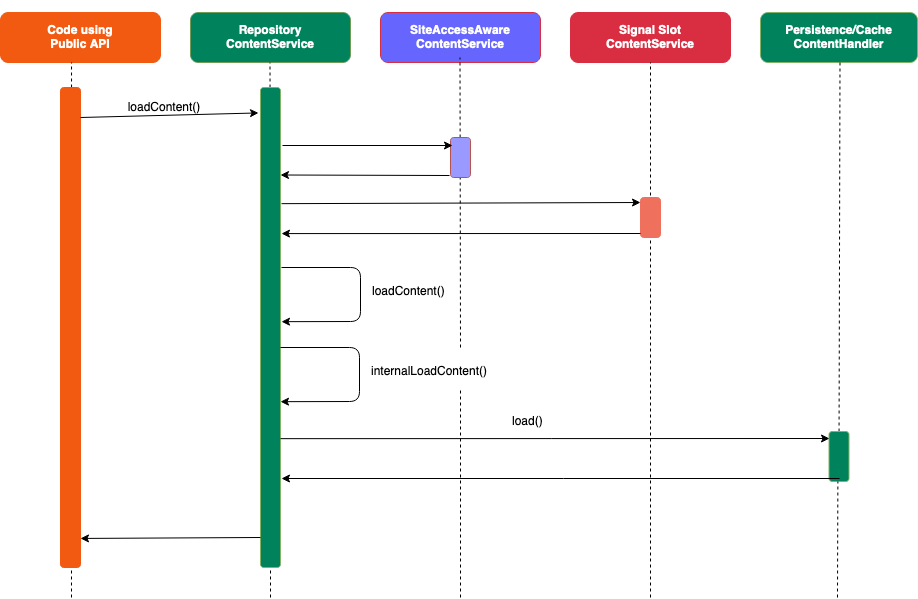
This is docs/api/img/load_content_sequence.png from ibexa/documentation-developer, a draw.io export, as it was before one commit. Source tidied: cells renumbered, new cells last; positions are measured from the earlier drawing's top-left corner, leaving out a move shared by most shapes.
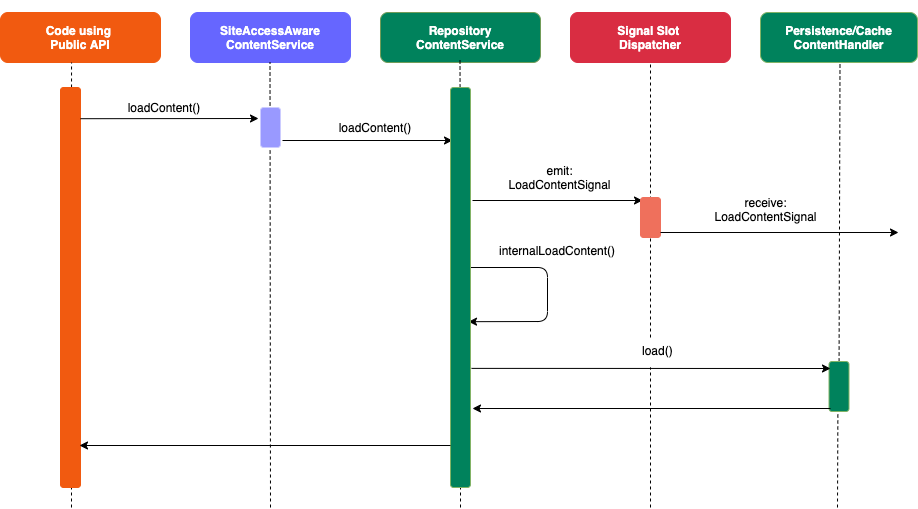
The same file after the commit.

What changed in the source:
```diff
@@ -2,168 +2,154 @@
   <root>
     <mxCell id="0" />
     <mxCell id="1" parent="0" />
-    <mxCell id="2" style="edgeStyle=orthogonalEdgeStyle;rounded=0;html=1;exitX=0.25;exitY=0;jettySize=auto;orthogonalLoop=1;" parent="1" edge="1">
-      <mxGeometry relative="1" as="geometry">
-        <mxPoint x="290" as="sourcePoint" />
-        <mxPoint x="290" as="targetPoint" />
-      </mxGeometry>
-    </mxCell>
+    <mxCell id="37" style="edgeStyle=orthogonalEdgeStyle;rounded=0;html=1;exitX=0.25;exitY=0;jettySize=auto;orthogonalLoop=1;" parent="1" edge="1">
+      <mxGeometry relative="1" as="geometry">
+        <mxPoint x="320" y="15" as="sourcePoint" />
+        <mxPoint x="320" y="15" as="targetPoint" />
+      </mxGeometry>
+    </mxCell>
     <mxCell id="3" value="Code using &lt;br&gt;Public API" style="rounded=1;whiteSpace=wrap;html=1;fillColor=#f15a10;strokeColor=#f15a10;fontStyle=1;fontColor=#FFFFFF;" parent="1" vertex="1">
-      <mxGeometry y="5" width="160" height="50" as="geometry" />
+      <mxGeometry x="30" y="20" width="160" height="50" as="geometry" />
     </mxCell>
     <mxCell id="4" value="Repository&lt;br&gt;ContentService" style="rounded=1;whiteSpace=wrap;html=1;fillColor=#00825c;strokeColor=#719C59;fontStyle=1;fontColor=#FFFFFF;" parent="1" vertex="1">
-      <mxGeometry x="190" y="5" width="160" height="50" as="geometry" />
+      <mxGeometry x="410" y="20" width="160" height="50" as="geometry" />
     </mxCell>
     <mxCell id="5" value="Persistence/Cache&lt;br&gt;ContentHandler" style="rounded=1;whiteSpace=wrap;html=1;fillColor=#00825c;strokeColor=#82b366;fontStyle=1;fontColor=#FFFFFF;" parent="1" vertex="1">
-      <mxGeometry x="760" y="5" width="157" height="50" as="geometry" />
+      <mxGeometry x="790" y="20" width="157" height="50" as="geometry" />
     </mxCell>
     <mxCell id="6" style="edgeStyle=orthogonalEdgeStyle;rounded=0;html=1;exitX=1;exitY=0.5;entryX=1;entryY=0.5;jettySize=auto;orthogonalLoop=1;" parent="1" edge="1" source="3" target="3">
       <mxGeometry relative="1" as="geometry" />
     </mxCell>
-    <mxCell id="7" value="SiteAccessAware ContentService" style="rounded=1;whiteSpace=wrap;html=1;strokeColor=#d92d42;fontColor=#FFFFFF;fontStyle=1;fillColor=#6666FF;" parent="1" vertex="1">
-      <mxGeometry x="380" y="5" width="160" height="50" as="geometry" />
+    <mxCell id="7" value="SiteAccessAware ContentService" style="rounded=1;whiteSpace=wrap;html=1;fontColor=#FFFFFF;fontStyle=1;fillColor=#6666FF;strokeColor=#6666FF;" parent="1" vertex="1">
+      <mxGeometry x="220" y="20" width="160" height="50" as="geometry" />
     </mxCell>
-    <mxCell id="8" style="endArrow=none;dashed=1;html=1;entryX=0.444;entryY=1;entryPerimeter=0;" parent="1" edge="1" target="3">
-      <mxGeometry relative="1" as="geometry">
-        <mxPoint x="71" y="590" as="sourcePoint" />
-      </mxGeometry>
-    </mxCell>
-    <mxCell id="9" style="endArrow=none;dashed=1;html=1;entryX=0.444;entryY=1;entryPerimeter=0;" parent="1" edge="1" source="13">
-      <mxGeometry relative="1" as="geometry">
-        <mxPoint x="269.5" y="55" as="targetPoint" />
-      </mxGeometry>
-    </mxCell>
-    <mxCell id="10" style="endArrow=none;dashed=1;html=1;entryX=0.444;entryY=1;entryPerimeter=0;" parent="1" edge="1">
-      <mxGeometry relative="1" as="geometry">
-        <mxPoint x="460" y="340" as="sourcePoint" />
-        <mxPoint x="459.5" y="50" as="targetPoint" />
-      </mxGeometry>
-    </mxCell>
-    <mxCell id="11" style="endArrow=none;dashed=1;html=1;entryX=0.444;entryY=1;entryPerimeter=0;" parent="1" edge="1" source="26">
-      <mxGeometry relative="1" as="geometry">
-        <mxPoint x="839.5" y="55" as="targetPoint" />
-      </mxGeometry>
-    </mxCell>
-    <mxCell id="12" style="rounded=1;whiteSpace=wrap;html=1;strokeColor=#f15a10;fillColor=#f15a10;" parent="1" vertex="1">
-      <mxGeometry x="60" y="80" width="20" height="480" as="geometry" />
-    </mxCell>
-    <mxCell id="13" style="rounded=1;whiteSpace=wrap;html=1;strokeColor=#82b366;fillColor=#00825c;" parent="1" vertex="1">
-      <mxGeometry x="260" y="80" width="20" height="480" as="geometry" />
-    </mxCell>
-    <mxCell id="14" style="endArrow=none;dashed=1;html=1;entryX=0.5;entryY=1;" parent="1" edge="1" target="13">
-      <mxGeometry relative="1" as="geometry">
-        <mxPoint x="270" y="590" as="sourcePoint" />
-      </mxGeometry>
-    </mxCell>
-    <mxCell id="15" style="endArrow=classic;html=1;entryX=-0.1;entryY=0.053;entryPerimeter=0;" parent="1" edge="1" target="13">
-      <mxGeometry relative="1" as="geometry">
-        <mxPoint x="80" y="110" as="sourcePoint" />
-      </mxGeometry>
-    </mxCell>
-    <mxCell id="16" value="&lt;div&gt;loadContent()&lt;/div&gt;" style="text;html=1;strokeColor=none;fillColor=none;align=center;verticalAlign=middle;whiteSpace=wrap;rounded=0;" parent="1" vertex="1">
-      <mxGeometry x="149" y="90" width="30" height="20" as="geometry" />
-    </mxCell>
-    <mxCell id="17" style="endArrow=classic;html=1;entryX=1.05;entryY=0.702;entryDx=0;entryDy=0;entryPerimeter=0;" parent="1" edge="1">
-      <mxGeometry relative="1" as="geometry">
-        <mxPoint x="281" y="260" as="sourcePoint" />
-        <mxPoint x="281" y="314.2" as="targetPoint" />
-        <Array as="points">
-          <mxPoint x="360" y="260" />
-          <mxPoint x="360" y="314" />
-        </Array>
-      </mxGeometry>
-    </mxCell>
-    <mxCell id="18" style="endArrow=classic;html=1;entryX=1;entryY=0.25;" parent="1" edge="1">
-      <mxGeometry relative="1" as="geometry">
-        <mxPoint x="449" y="168" as="sourcePoint" />
-        <mxPoint x="280" y="167.5" as="targetPoint" />
-      </mxGeometry>
-    </mxCell>
-    <mxCell id="19" style="rounded=1;whiteSpace=wrap;html=1;strokeColor=#b85450;fontColor=#FFFFFF;fillColor=#9999FF;" parent="1" vertex="1">
-      <mxGeometry x="450" y="130" width="20" height="40" as="geometry" />
-    </mxCell>
-    <mxCell id="20" style="edgeStyle=orthogonalEdgeStyle;rounded=0;html=1;exitX=0.5;exitY=1;jettySize=auto;orthogonalLoop=1;" parent="1" edge="1" source="13" target="13">
-      <mxGeometry relative="1" as="geometry" />
-    </mxCell>
-    <mxCell id="21" style="endArrow=classic;html=1;entryX=1;entryY=0.866;entryPerimeter=0;" parent="1" edge="1">
-      <mxGeometry relative="1" as="geometry">
-        <mxPoint x="260" y="530" as="sourcePoint" />
-        <mxPoint x="80" y="530.9" as="targetPoint" />
-      </mxGeometry>
-    </mxCell>
-    <mxCell id="22" value="Signal Slot &lt;br&gt;ContentService" style="rounded=1;whiteSpace=wrap;html=1;fillColor=#d92d42;strokeColor=#d92d42;fontStyle=1;fontColor=#FFFFFF;" parent="1" vertex="1">
-      <mxGeometry x="570" y="5" width="160" height="50" as="geometry" />
-    </mxCell>
-    <mxCell id="23" style="endArrow=none;dashed=1;html=1;entryX=0.5;entryY=1;" parent="1" edge="1" target="22">
-      <mxGeometry relative="1" as="geometry">
-        <mxPoint x="650" y="590" as="sourcePoint" />
-      </mxGeometry>
-    </mxCell>
-    <mxCell id="24" style="rounded=1;whiteSpace=wrap;html=1;strokeColor=#EF705C;fillColor=#EF705C;" parent="1" vertex="1">
-      <mxGeometry x="640" y="190" width="20" height="40" as="geometry" />
-    </mxCell>
-    <mxCell id="25" style="endArrow=classic;html=1;exitX=1.05;exitY=0.424;exitDx=0;exitDy=0;exitPerimeter=0;" parent="1" edge="1">
-      <mxGeometry relative="1" as="geometry">
-        <mxPoint x="281" y="196.2" as="sourcePoint" />
-        <mxPoint x="640" y="195" as="targetPoint" />
-      </mxGeometry>
-    </mxCell>
-    <mxCell id="26" style="rounded=1;whiteSpace=wrap;html=1;strokeColor=#82b366;fillColor=#00825c;" parent="1" vertex="1">
-      <mxGeometry x="828.5" y="424" width="20" height="50" as="geometry" />
-    </mxCell>
-    <mxCell id="27" style="endArrow=none;dashed=1;html=1;entryX=0.444;entryY=1;entryPerimeter=0;" parent="1" edge="1" target="26">
-      <mxGeometry relative="1" as="geometry">
-        <mxPoint x="837" y="590" as="sourcePoint" />
-      </mxGeometry>
-    </mxCell>
-    <mxCell id="28" style="endArrow=none;dashed=1;html=1;" parent="1" edge="1">
-      <mxGeometry relative="1" as="geometry">
-        <mxPoint x="460" y="590" as="sourcePoint" />
-        <mxPoint x="460" y="380" as="targetPoint" />
-      </mxGeometry>
-    </mxCell>
-    <mxCell id="29" style="endArrow=classic;html=1;" parent="1" edge="1">
-      <mxGeometry relative="1" as="geometry">
-        <mxPoint x="282" y="138" as="sourcePoint" />
-        <mxPoint x="452" y="138" as="targetPoint" />
-      </mxGeometry>
-    </mxCell>
-    <mxCell id="30" value="&lt;div&gt;loadContent()&lt;/div&gt;" style="text;html=1;" parent="1" vertex="1">
-      <mxGeometry x="370" y="270" width="57" height="30" as="geometry" />
-    </mxCell>
-    <mxCell id="31" style="endArrow=classic;html=1;entryX=1.05;entryY=0.521;exitX=0;exitY=1;exitDx=0;exitDy=0;entryDx=0;entryDy=0;entryPerimeter=0;" parent="1" edge="1">
-      <mxGeometry relative="1" as="geometry">
-        <mxPoint x="640" y="226" as="sourcePoint" />
-        <mxPoint x="281" y="226.1" as="targetPoint" />
-      </mxGeometry>
-    </mxCell>
-    <mxCell id="32" style="endArrow=classic;html=1;entryX=1.05;entryY=0.702;entryDx=0;entryDy=0;entryPerimeter=0;" parent="1" edge="1">
-      <mxGeometry relative="1" as="geometry">
-        <mxPoint x="280" y="340" as="sourcePoint" />
-        <mxPoint x="280" y="394.2" as="targetPoint" />
-        <Array as="points">
-          <mxPoint x="359" y="340" />
-          <mxPoint x="359" y="394" />
-        </Array>
-      </mxGeometry>
-    </mxCell>
+    <mxCell id="38" style="endArrow=none;dashed=1;html=1;entryX=0.444;entryY=1;entryPerimeter=0;" parent="1" edge="1" target="3">
+      <mxGeometry relative="1" as="geometry">
+        <mxPoint x="101" y="515" as="sourcePoint" />
+      </mxGeometry>
+    </mxCell>
+    <mxCell id="39" style="endArrow=none;dashed=1;html=1;entryX=0.444;entryY=1;entryPerimeter=0;" parent="1" edge="1">
+      <mxGeometry relative="1" as="geometry">
+        <mxPoint x="300" y="515" as="sourcePoint" />
+        <mxPoint x="299.5" y="70" as="targetPoint" />
+      </mxGeometry>
+    </mxCell>
+    <mxCell id="40" style="endArrow=none;dashed=1;html=1;entryX=0.444;entryY=1;entryPerimeter=0;" parent="1" edge="1" source="54">
+      <mxGeometry relative="1" as="geometry">
+        <mxPoint x="489.5" y="65" as="targetPoint" />
+      </mxGeometry>
+    </mxCell>
+    <mxCell id="41" style="endArrow=none;dashed=1;html=1;entryX=0.444;entryY=1;entryPerimeter=0;" parent="1" edge="1" source="47">
+      <mxGeometry relative="1" as="geometry">
+        <mxPoint x="869.5" y="70" as="targetPoint" />
+      </mxGeometry>
+    </mxCell>
+    <mxCell id="42" style="rounded=1;whiteSpace=wrap;html=1;strokeColor=#f15a10;fillColor=#f15a10;" parent="1" vertex="1">
+      <mxGeometry x="90" y="95" width="20" height="400" as="geometry" />
+    </mxCell>
+    <mxCell id="43" style="endArrow=classic;html=1;exitX=1;exitY=0.078;exitDx=0;exitDy=0;exitPerimeter=0;" parent="1" edge="1" source="42">
+      <mxGeometry relative="1" as="geometry">
+        <mxPoint x="288" y="126" as="targetPoint" />
+      </mxGeometry>
+    </mxCell>
+    <mxCell id="44" value="&lt;div&gt;loadContent()&lt;/div&gt;" style="text;html=1;strokeColor=none;fillColor=none;align=center;verticalAlign=middle;whiteSpace=wrap;rounded=0;" parent="1" vertex="1">
+      <mxGeometry x="179" y="105" width="30" height="20" as="geometry" />
+    </mxCell>
+    <mxCell id="45" style="rounded=1;whiteSpace=wrap;html=1;fontColor=#FFFFFF;fillColor=#9999FF;strokeColor=#CCCCFF;" parent="1" vertex="1">
+      <mxGeometry x="290" y="115" width="20" height="40" as="geometry" />
+    </mxCell>
+    <mxCell id="46" value="Signal Slot &lt;br&gt;Dispatcher" style="rounded=1;whiteSpace=wrap;html=1;fillColor=#d92d42;strokeColor=#d92d42;fontStyle=1;fontColor=#FFFFFF;" parent="1" vertex="1">
+      <mxGeometry x="600" y="20" width="160" height="50" as="geometry" />
+    </mxCell>
+    <mxCell id="47" style="rounded=1;whiteSpace=wrap;html=1;strokeColor=#82b366;fillColor=#00825c;" parent="1" vertex="1">
+      <mxGeometry x="858.5" y="369" width="20" height="50" as="geometry" />
+    </mxCell>
+    <mxCell id="48" style="endArrow=none;dashed=1;html=1;entryX=0.444;entryY=1;entryPerimeter=0;" parent="1" edge="1" target="47">
+      <mxGeometry relative="1" as="geometry">
+        <mxPoint x="867" y="515" as="sourcePoint" />
+      </mxGeometry>
+    </mxCell>
+    <mxCell id="49" style="endArrow=none;dashed=1;html=1;" parent="1" edge="1">
+      <mxGeometry relative="1" as="geometry">
+        <mxPoint x="490" y="515" as="sourcePoint" />
+        <mxPoint x="490" y="325" as="targetPoint" />
+      </mxGeometry>
+    </mxCell>
+    <mxCell id="50" style="endArrow=classic;html=1;" parent="1" edge="1">
+      <mxGeometry relative="1" as="geometry">
+        <mxPoint x="312" y="148" as="sourcePoint" />
+        <mxPoint x="482" y="148" as="targetPoint" />
+      </mxGeometry>
+    </mxCell>
+    <mxCell id="51" style="endArrow=classic;html=1;entryX=1.05;entryY=0.702;entryDx=0;entryDy=0;entryPerimeter=0;" parent="1" edge="1">
+      <mxGeometry relative="1" as="geometry">
+        <mxPoint x="498" y="275" as="sourcePoint" />
+        <mxPoint x="498" y="329.2" as="targetPoint" />
+        <Array as="points">
+          <mxPoint x="577" y="275" />
+          <mxPoint x="577" y="329" />
+        </Array>
+      </mxGeometry>
+    </mxCell>
     <mxCell id="33" value="&lt;div&gt;internalLoadContent()&lt;/div&gt;" style="text;html=1;" parent="1" vertex="1">
-      <mxGeometry x="369" y="350" width="57" height="30" as="geometry" />
+      <mxGeometry x="527" y="245" width="57" height="30" as="geometry" />
     </mxCell>
-    <mxCell id="34" style="endArrow=classic;html=1;exitX=1.05;exitY=0.424;exitDx=0;exitDy=0;exitPerimeter=0;" parent="1" edge="1">
-      <mxGeometry relative="1" as="geometry">
-        <mxPoint x="280" y="431.2" as="sourcePoint" />
-        <mxPoint x="829" y="431" as="targetPoint" />
-      </mxGeometry>
-    </mxCell>
+    <mxCell id="52" style="endArrow=classic;html=1;exitX=1.2;exitY=0.731;exitDx=0;exitDy=0;exitPerimeter=0;" parent="1" edge="1">
+      <mxGeometry relative="1" as="geometry">
+        <mxPoint x="501" y="375.9" as="sourcePoint" />
+        <mxPoint x="860" y="376" as="targetPoint" />
+      </mxGeometry>
+    </mxCell>
     <mxCell id="35" value="load()" style="text;html=1;" parent="1" vertex="1">
-      <mxGeometry x="510" y="400" width="57" height="30" as="geometry" />
+      <mxGeometry x="670" y="345" width="57" height="30" as="geometry" />
     </mxCell>
-    <mxCell id="36" style="endArrow=classic;html=1;" parent="1" edge="1">
-      <mxGeometry relative="1" as="geometry">
-        <mxPoint x="839" y="471" as="sourcePoint" />
-        <mxPoint x="281" y="471" as="targetPoint" />
-      </mxGeometry>
-    </mxCell>
+    <mxCell id="53" style="endArrow=classic;html=1;" parent="1" edge="1">
+      <mxGeometry relative="1" as="geometry">
+        <mxPoint x="860" y="416" as="sourcePoint" />
+        <mxPoint x="502" y="416" as="targetPoint" />
+      </mxGeometry>
+    </mxCell>
+    <mxCell id="54" style="rounded=1;whiteSpace=wrap;html=1;strokeColor=#82b366;fillColor=#00825c;" parent="1" vertex="1">
+      <mxGeometry x="480" y="95" width="20" height="400" as="geometry" />
+    </mxCell>
+    <mxCell id="55" value="&lt;div&gt;loadContent()&lt;/div&gt;" style="text;html=1;strokeColor=none;fillColor=none;align=center;verticalAlign=middle;whiteSpace=wrap;rounded=0;" parent="1" vertex="1">
+      <mxGeometry x="390" y="125" width="30" height="20" as="geometry" />
+    </mxCell>
+    <mxCell id="56" style="endArrow=classic;html=1;" parent="1" edge="1">
+      <mxGeometry relative="1" as="geometry">
+        <mxPoint x="502" y="208" as="sourcePoint" />
+        <mxPoint x="672" y="208" as="targetPoint" />
+      </mxGeometry>
+    </mxCell>
+    <mxCell id="57" style="endArrow=none;dashed=1;html=1;" parent="1" edge="1">
+      <mxGeometry relative="1" as="geometry">
+        <mxPoint x="680" y="515" as="sourcePoint" />
+        <mxPoint x="680" y="375" as="targetPoint" />
+      </mxGeometry>
+    </mxCell>
+    <mxCell id="58" style="endArrow=none;dashed=1;html=1;entryX=0.444;entryY=1;entryPerimeter=0;" parent="1" edge="1">
+      <mxGeometry relative="1" as="geometry">
+        <mxPoint x="680" y="345" as="sourcePoint" />
+        <mxPoint x="680" y="70" as="targetPoint" />
+      </mxGeometry>
+    </mxCell>
+    <mxCell id="59" style="rounded=1;whiteSpace=wrap;html=1;strokeColor=#EF705C;fillColor=#EF705C;" parent="1" vertex="1">
+      <mxGeometry x="670" y="205" width="20" height="40" as="geometry" />
+    </mxCell>
+    <mxCell id="60" value="emit:&lt;br&gt;&lt;div&gt;LoadContentSignal&lt;/div&gt;" style="text;html=1;align=center;" parent="1" vertex="1">
+      <mxGeometry x="560" y="165" width="57" height="30" as="geometry" />
+    </mxCell>
+    <mxCell id="61" style="endArrow=classic;html=1;" parent="1" edge="1">
+      <mxGeometry relative="1" as="geometry">
+        <mxPoint x="690" y="240" as="sourcePoint" />
+        <mxPoint x="928" y="240" as="targetPoint" />
+      </mxGeometry>
+    </mxCell>
+    <mxCell id="62" value="receive:&lt;br&gt;&lt;div&gt;LoadContentSignal&lt;/div&gt;" style="text;html=1;align=center;" parent="1" vertex="1">
+      <mxGeometry x="766" y="197" width="57" height="30" as="geometry" />
+    </mxCell>
+    <mxCell id="63" style="endArrow=classic;html=1;entryX=0.95;entryY=0.895;entryDx=0;entryDy=0;entryPerimeter=0;exitX=0;exitY=0.895;exitDx=0;exitDy=0;exitPerimeter=0;" parent="1" edge="1" source="54" target="42">
+      <mxGeometry relative="1" as="geometry" />
+    </mxCell>
   </root>
 </mxGraphModel>
```
